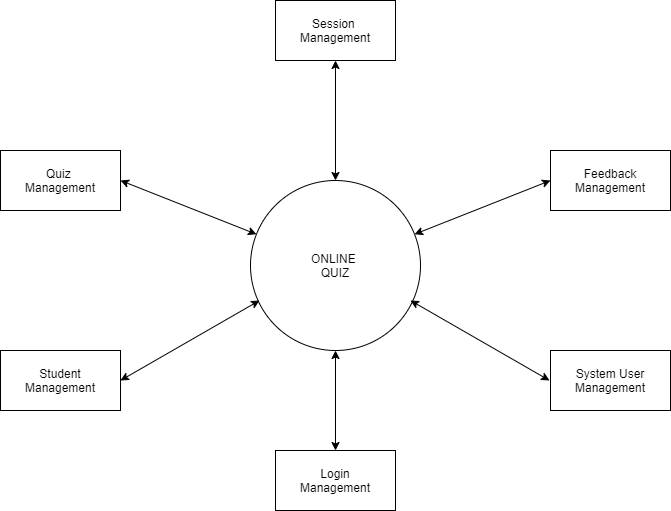
Basavaraj2k00/Story keeps this draw.io diagram as flow.png. Above is the earlier version. Source tidied: cells renumbered, new cells last; positions are measured from the earlier drawing's top-left corner, leaving out a move shared by most shapes.
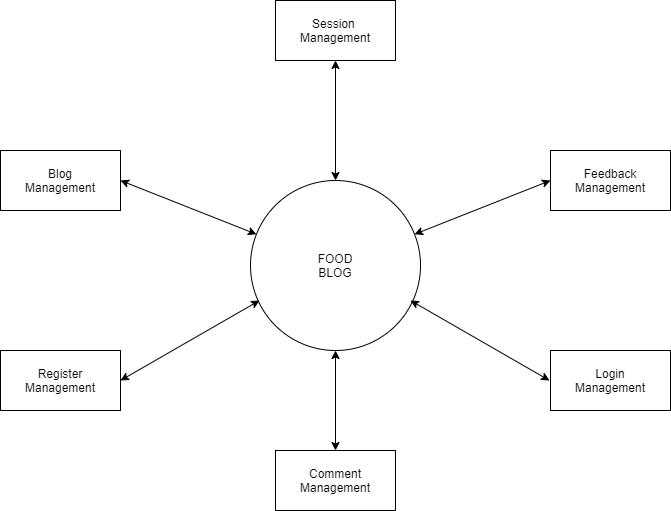
After the change.

The edit, as a diff of the source:
```diff
@@ -2,10 +2,10 @@
   <root>
     <mxCell id="0" />
     <mxCell id="1" parent="0" />
-    <mxCell id="2" value="ONLINE&amp;nbsp;&lt;br&gt;QUIZ" style="ellipse;whiteSpace=wrap;html=1;" parent="1" vertex="1">
+    <mxCell id="2" value="FOOD&lt;br&gt;BLOG" style="ellipse;whiteSpace=wrap;html=1;" parent="1" vertex="1">
       <mxGeometry x="250" y="180" width="170" height="170" as="geometry" />
     </mxCell>
-    <mxCell id="3" value="System User&lt;br&gt;Management" style="whiteSpace=wrap;html=1;" parent="1" vertex="1">
+    <mxCell id="3" value="Login&lt;br&gt;Management" style="whiteSpace=wrap;html=1;" parent="1" vertex="1">
       <mxGeometry x="550" y="350" width="120" height="60" as="geometry" />
     </mxCell>
     <mxCell id="4" style="endArrow=classic;startArrow=classic;html=1;" parent="1" edge="1">
@@ -20,7 +20,7 @@
     <mxCell id="6" style="endArrow=classic;startArrow=classic;html=1;entryX=0;entryY=0.5;entryDx=0;entryDy=0;" parent="1" edge="1" source="2" target="5">
       <mxGeometry relative="1" as="geometry" />
     </mxCell>
-    <mxCell id="7" value="Student&lt;br&gt;Management" style="whiteSpace=wrap;html=1;" parent="1" vertex="1">
+    <mxCell id="7" value="Register Management" style="whiteSpace=wrap;html=1;" parent="1" vertex="1">
       <mxGeometry y="350" width="120" height="60" as="geometry" />
     </mxCell>
     <mxCell id="8" style="endArrow=classic;startArrow=classic;html=1;exitX=1;exitY=0.5;exitDx=0;exitDy=0;" parent="1" edge="1" source="7">
@@ -28,7 +28,7 @@
         <mxPoint x="259" y="300" as="targetPoint" />
       </mxGeometry>
     </mxCell>
-    <mxCell id="9" value="Quiz &lt;br&gt;Management" style="whiteSpace=wrap;html=1;" parent="1" vertex="1">
+    <mxCell id="9" value="Blog&lt;br&gt;Management" style="whiteSpace=wrap;html=1;" parent="1" vertex="1">
       <mxGeometry y="150" width="120" height="60" as="geometry" />
     </mxCell>
     <mxCell id="10" style="endArrow=classic;startArrow=classic;html=1;exitX=1;exitY=0.5;exitDx=0;exitDy=0;" parent="1" edge="1" source="9" target="2">
@@ -37,7 +37,7 @@
     <mxCell id="11" value="Session &lt;br&gt;Management" style="whiteSpace=wrap;html=1;" parent="1" vertex="1">
       <mxGeometry x="275" width="120" height="60" as="geometry" />
     </mxCell>
-    <mxCell id="12" value="Login&lt;br&gt;Management" style="whiteSpace=wrap;html=1;" parent="1" vertex="1">
+    <mxCell id="12" value="Comment&lt;br&gt;Management" style="whiteSpace=wrap;html=1;" parent="1" vertex="1">
       <mxGeometry x="275" y="450" width="120" height="60" as="geometry" />
     </mxCell>
     <mxCell id="13" style="endArrow=classic;startArrow=classic;html=1;entryX=0.5;entryY=0;entryDx=0;entryDy=0;exitX=0.5;exitY=1;exitDx=0;exitDy=0;" parent="1" edge="1" source="11" target="2">
```
